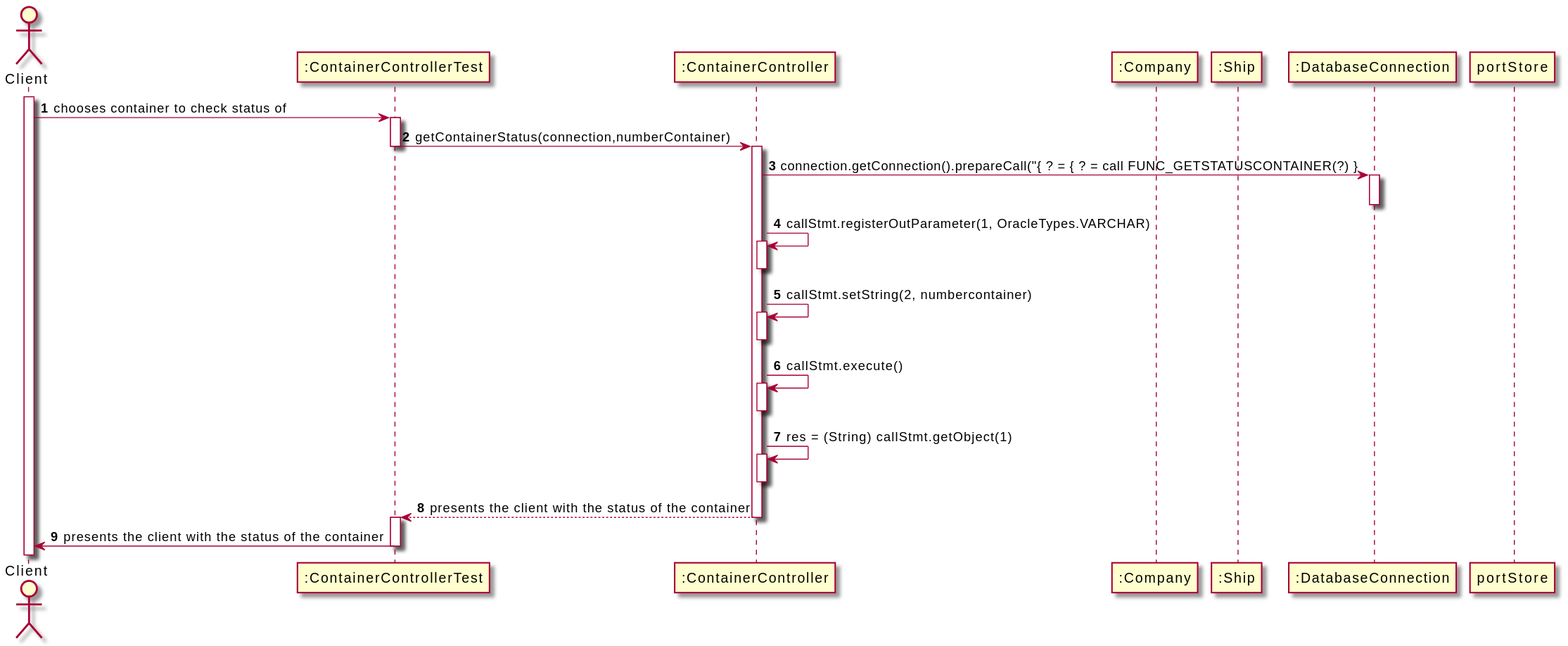
Earlier version of the PlantUML export docs/Sprint3/US312/US312_SD.svg (RuiRioPina/CargoMaster).
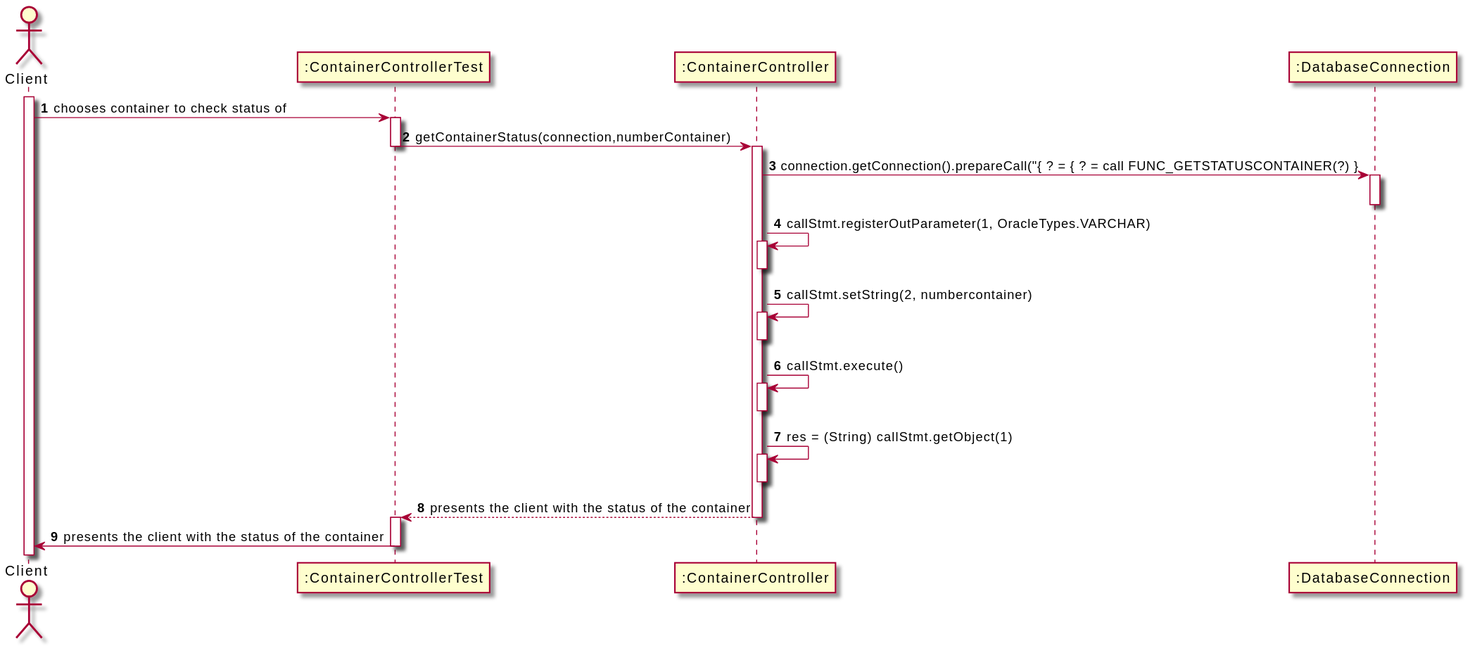
The same file after the commit.

Diff of the diagram source:
```diff
@@ -4,8 +4,6 @@
 
 participant  ":ContainerControllerTest" as TEST
 participant ":ContainerController" as UI
-participant ":Company" as CMP
-participant ":Ship" as PORT
 participant ":DatabaseConnection" as DBCON
 
 
@@ -49,7 +47,7 @@
 deactivate TEST
 
 
-deactivate portStore
+
 UI --> TEST: presents the client with the status of the container
 deactivate UI
 
```
